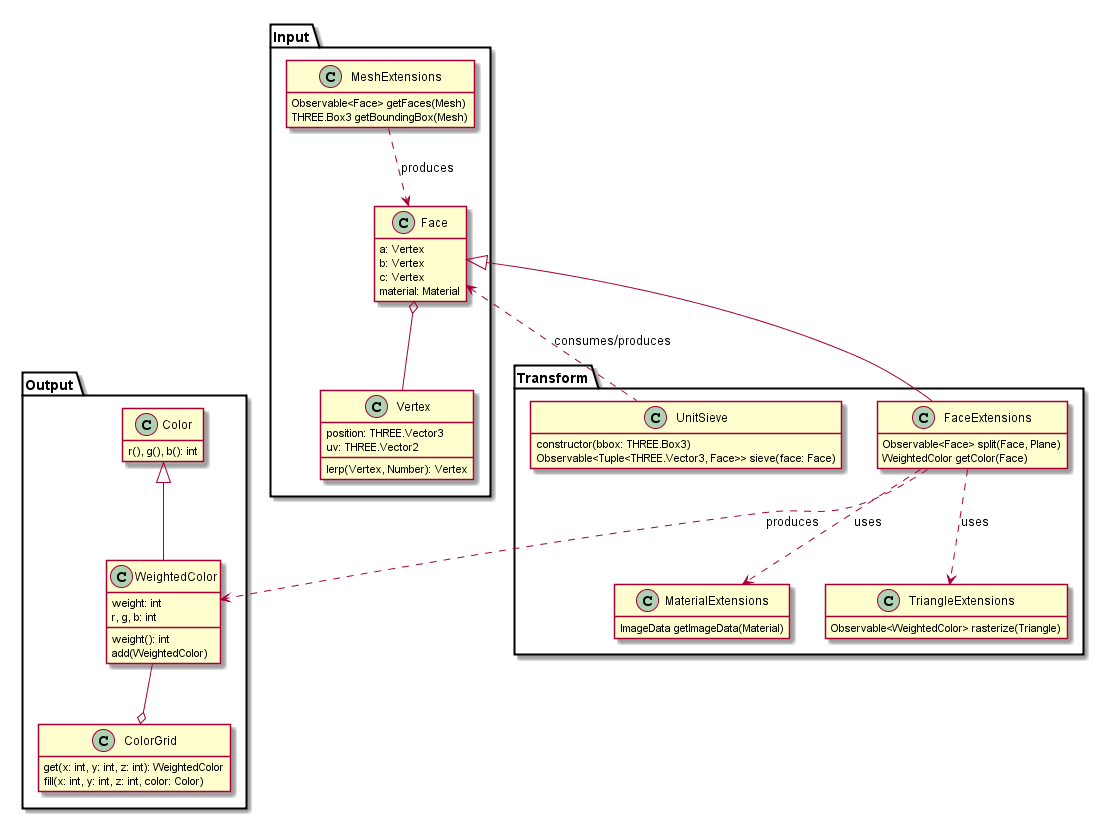
Earlier version of the PlantUML export doc/uml/core.puml.png (Lotes/voxelify).
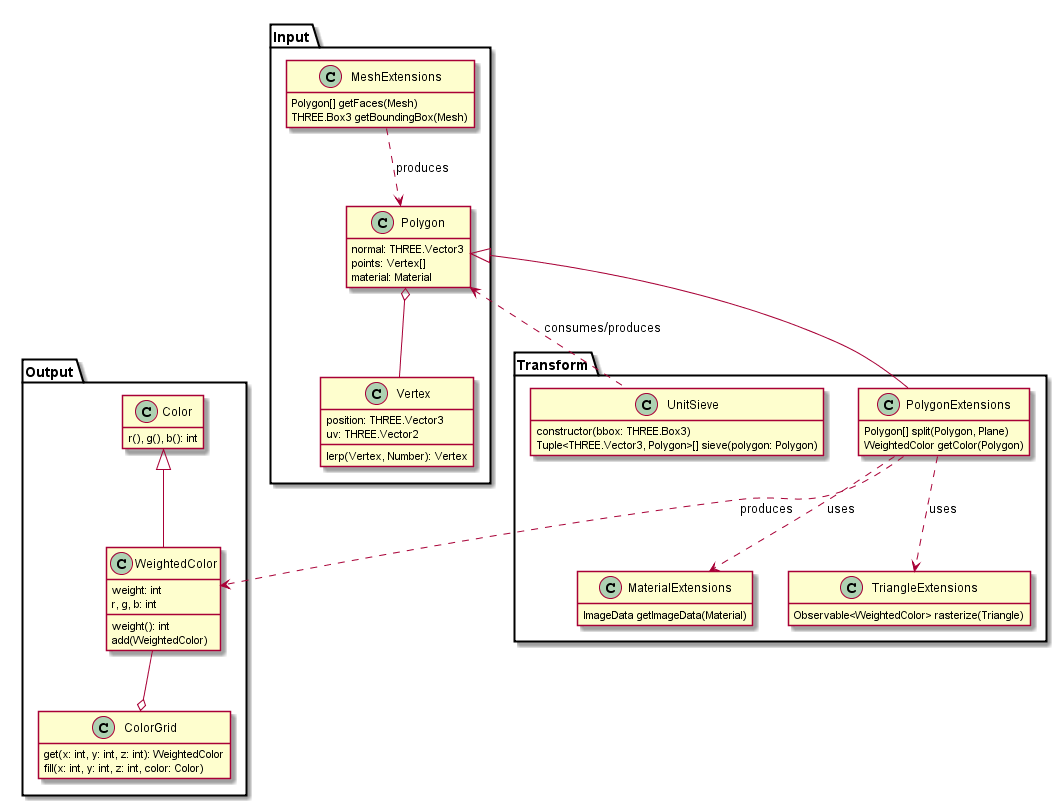
Later version of the same file.

Commit message:
UnitSieve: split to polygon, not triangles, to optimize performance, closes #6

Diff of the diagram source:
```diff
@@ -9,15 +9,14 @@
     lerp(Vertex, Number): Vertex
   }
 
-  class Face {
-    a: Vertex
-    b: Vertex
-    c: Vertex
+  class Polygon {
+    normal: THREE.Vector3
+    points: Vertex[]
     material: Material
   }
 
   class MeshExtensions {
-    Observable<Face> getFaces(Mesh)
+    Polygon[] getFaces(Mesh)
     THREE.Box3 getBoundingBox(Mesh)
   }
 }
@@ -27,9 +26,9 @@
     ImageData getImageData(Material)
   }
 
-  class FaceExtensions {
-    Observable<Face> split(Face, Plane)
-    WeightedColor getColor(Face)
+  class PolygonExtensions {
+    Polygon[] split(Polygon, Plane)
+    WeightedColor getColor(Polygon)
   }
 
   class TriangleExtensions {
@@ -38,7 +37,7 @@
 
   class UnitSieve {
     constructor(bbox: THREE.Box3)
-    Observable<Tuple<THREE.Vector3, Face>> sieve(face: Face)
+    Tuple<THREE.Vector3, Polygon>[] sieve(polygon: Polygon)
   }
 }
 
@@ -60,14 +59,14 @@
   }
 }
 
-FaceExtensions ..> MaterialExtensions: uses
-FaceExtensions --|> Face
-Face <.. UnitSieve : "consumes/produces"
-FaceExtensions ..> WeightedColor : "produces"
-FaceExtensions ..> TriangleExtensions : "uses"
+PolygonExtensions ..> MaterialExtensions: uses
+PolygonExtensions --|> Polygon
+Polygon <.. UnitSieve : "consumes/produces"
+PolygonExtensions ..> WeightedColor : "produces"
+PolygonExtensions ..> TriangleExtensions : "uses"
 WeightedColor -up-|> Color
-MeshExtensions .down.> Face : "produces"
-Face o-- Vertex
+MeshExtensions .down.> Polygon : "produces"
+Polygon o-- Vertex
 WeightedColor --o ColorGrid
 
 @enduml
```
